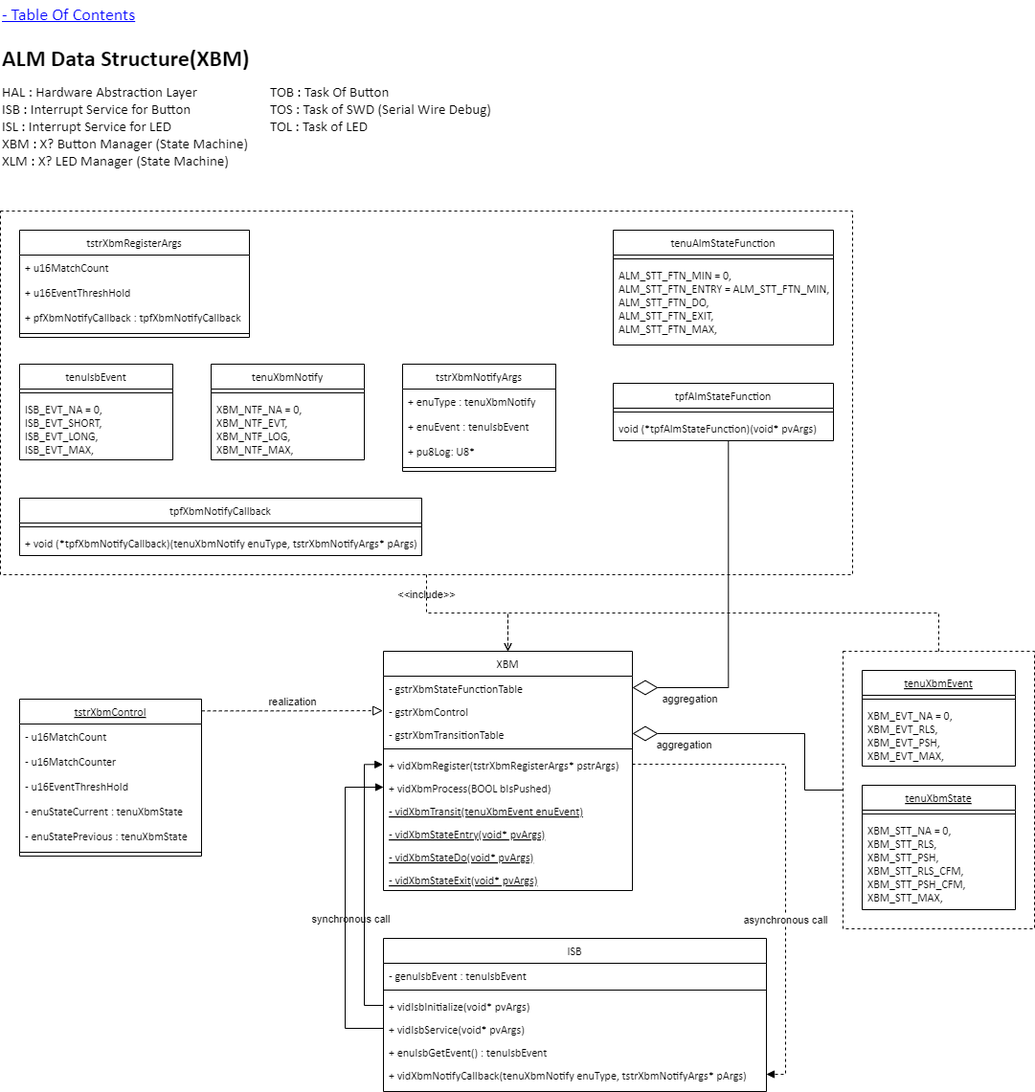
Above: Resources/Part2/Part2_ALM_DataStructure_XBM.drawio.png in gtuja/CSC_MS (draw.io), before the change. Source tidied: cells renumbered, new cells last; positions are measured from the earlier drawing's top-left corner, leaving out a move shared by most shapes.
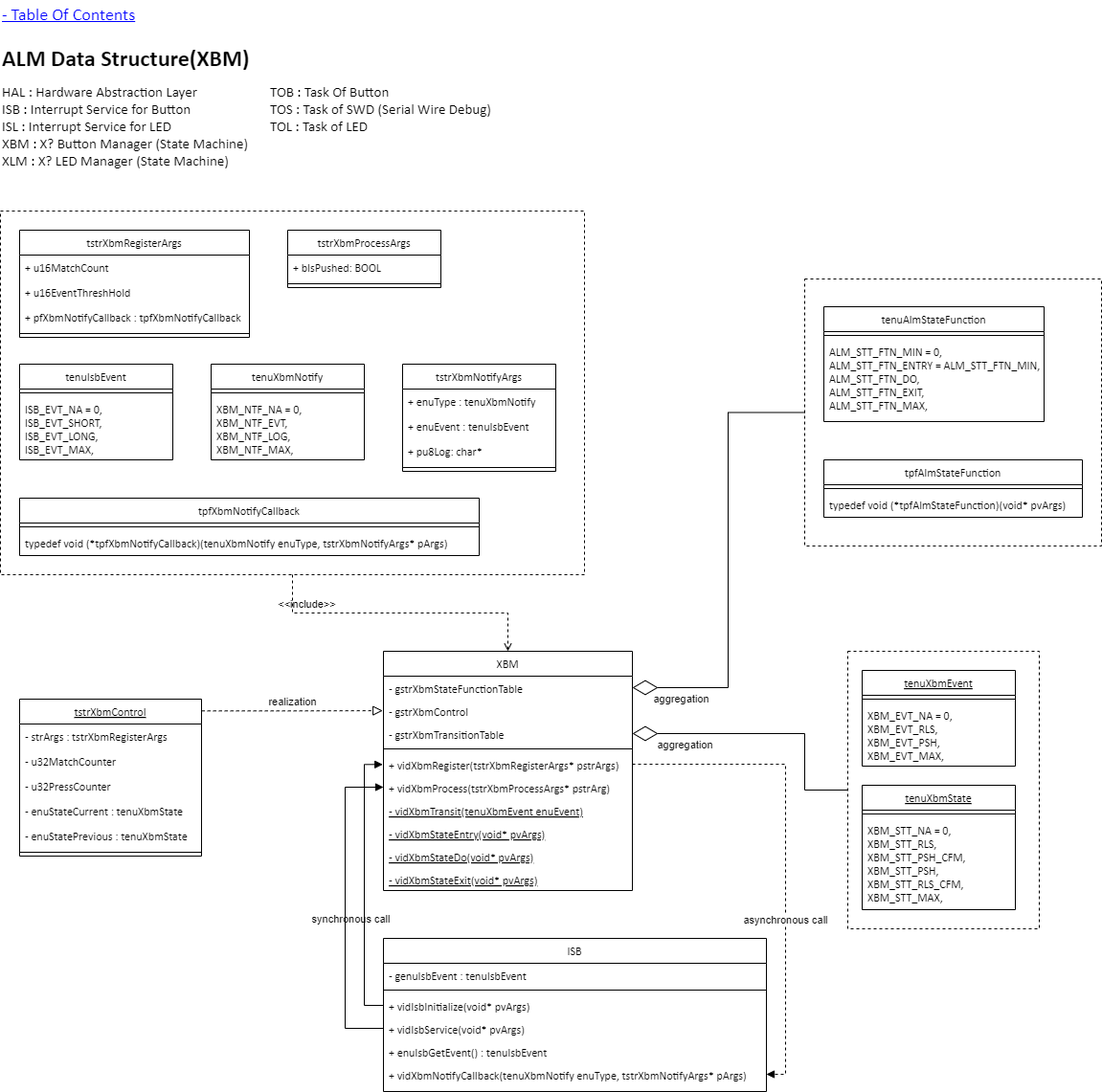
After the change.

Diff of the diagram source:
```diff
@@ -8,7 +8,7 @@
     <mxCell id="3" style="line;html=1;strokeWidth=1;align=left;verticalAlign=middle;spacingTop=-1;spacingLeft=3;spacingRight=3;labelPosition=right;fontFamily=Calibri;" parent="2" vertex="1">
       <mxGeometry y="26" width="160" height="8" as="geometry" />
     </mxCell>
-    <mxCell id="4" value="XBM_STT_NA = 0,&#10;XBM_STT_RLS,&#10;XBM_STT_PSH,&#10;XBM_STT_RLS_CFM,&#10;XBM_STT_PSH_CFM,&#10;XBM_STT_MAX," style="text;align=left;verticalAlign=top;spacingLeft=4;spacingRight=4;overflow=hidden;fontFamily=Calibri;" parent="2" vertex="1">
+    <mxCell id="4" value="XBM_STT_NA = 0,&#10;XBM_STT_RLS,&#10;XBM_STT_PSH_CFM,&#10;XBM_STT_PSH,&#10;XBM_STT_RLS_CFM,&#10;XBM_STT_MAX," style="text;align=left;verticalAlign=top;spacingLeft=4;spacingRight=4;overflow=hidden;fontFamily=Calibri;" parent="2" vertex="1">
       <mxGeometry y="34" width="160" height="96" as="geometry" />
     </mxCell>
     <mxCell id="5" value="&lt;h1 style=&quot;margin-top: 0px;&quot;&gt;ALM Data Structure(XBM)&lt;/h1&gt;" style="text;html=1;whiteSpace=wrap;overflow=hidden;rounded=0;fontFamily=Calibri;" parent="1" vertex="1">
@@ -30,7 +30,7 @@
       <mxGeometry y="34" width="160" height="66" as="geometry" />
     </mxCell>
     <mxCell id="11" value="tenuAlmStateFunction" style="swimlane;fontStyle=0;align=center;verticalAlign=top;horizontal=1;startSize=26;rounded=0;shadow=0;strokeWidth=1;fontFamily=Calibri;" parent="1" vertex="1">
-      <mxGeometry x="640" y="240" width="230" height="120" as="geometry" />
+      <mxGeometry x="860" y="320" width="230" height="120" as="geometry" />
     </mxCell>
     <mxCell id="12" style="line;html=1;strokeWidth=1;align=left;verticalAlign=middle;spacingTop=-1;spacingLeft=3;spacingRight=3;labelPosition=right;fontFamily=Calibri;" parent="11" vertex="1">
       <mxGeometry y="26" width="230" height="8" as="geometry" />
@@ -39,13 +39,13 @@
       <mxGeometry y="34" width="230" height="86" as="geometry" />
     </mxCell>
     <mxCell id="14" value="tpfAlmStateFunction" style="swimlane;fontStyle=0;align=center;verticalAlign=top;horizontal=1;startSize=26;rounded=0;shadow=0;strokeWidth=1;fontFamily=Calibri;" parent="1" vertex="1">
-      <mxGeometry x="640" y="400" width="230" height="60" as="geometry" />
+      <mxGeometry x="860" y="480" width="270" height="60" as="geometry" />
     </mxCell>
     <mxCell id="15" style="line;html=1;strokeWidth=1;align=left;verticalAlign=middle;spacingTop=-1;spacingLeft=3;spacingRight=3;labelPosition=right;fontFamily=Calibri;" parent="14" vertex="1">
-      <mxGeometry y="26" width="230" height="8" as="geometry" />
+      <mxGeometry y="26" width="270" height="8" as="geometry" />
     </mxCell>
-    <mxCell id="16" value="void (*tpfAlmStateFunction)(void* pvArgs)" style="text;align=left;verticalAlign=top;spacingLeft=4;spacingRight=4;overflow=hidden;points=[[0,0.5],[1,0.5]];portConstraint=eastwest;fontFamily=Calibri;" parent="14" vertex="1">
-      <mxGeometry y="34" width="230" height="26" as="geometry" />
+    <mxCell id="16" value="typedef void (*tpfAlmStateFunction)(void* pvArgs)" style="text;align=left;verticalAlign=top;spacingLeft=4;spacingRight=4;overflow=hidden;points=[[0,0.5],[1,0.5]];portConstraint=eastwest;fontFamily=Calibri;" parent="14" vertex="1">
+      <mxGeometry y="34" width="270" height="26" as="geometry" />
     </mxCell>
     <mxCell id="17" value="- Table Of Contents" style="text;html=1;align=left;verticalAlign=middle;whiteSpace=wrap;rounded=0;fontStyle=4;fontFamily=Calibri;fontSize=18;fontColor=#0000FF;" parent="1" vertex="1">
       <mxGeometry width="240" height="30" as="geometry" />
@@ -77,7 +77,7 @@
     <mxCell id="26" value="+ vidXbmRegister(tstrXbmRegisterArgs* pstrArgs)" style="text;align=left;verticalAlign=top;spacingLeft=4;spacingRight=4;overflow=hidden;points=[[0,0.5],[1,0.5]];portConstraint=eastwest;fontFamily=Calibri;fontStyle=0;" parent="21" vertex="1">
       <mxGeometry y="106" width="260" height="24" as="geometry" />
     </mxCell>
-    <mxCell id="27" value="+ vidXbmProcess(BOOL bIsPushed)" style="text;align=left;verticalAlign=top;spacingLeft=4;spacingRight=4;overflow=hidden;points=[[0,0.5],[1,0.5]];portConstraint=eastwest;fontFamily=Calibri;" parent="21" vertex="1">
+    <mxCell id="27" value="+ vidXbmProcess(tstrXbmProcessArgs* pstrArg)" style="text;align=left;verticalAlign=top;spacingLeft=4;spacingRight=4;overflow=hidden;points=[[0,0.5],[1,0.5]];portConstraint=eastwest;fontFamily=Calibri;" parent="21" vertex="1">
       <mxGeometry y="130" width="260" height="24" as="geometry" />
     </mxCell>
     <mxCell id="28" value="- vidXbmTransit(tenuXbmEvent enuEvent)" style="text;align=left;verticalAlign=top;spacingLeft=4;spacingRight=4;overflow=hidden;fontFamily=Calibri;fontStyle=4;" parent="21" vertex="1">
@@ -95,13 +95,13 @@
     <mxCell id="32" value="tstrXbmControl" style="swimlane;fontStyle=4;align=center;verticalAlign=top;horizontal=1;startSize=26;rounded=0;shadow=0;strokeWidth=1;fontFamily=Calibri;" parent="1" vertex="1">
       <mxGeometry x="20" y="730" width="190" height="164" as="geometry" />
     </mxCell>
-    <mxCell id="33" value="- u16MatchCount" style="text;align=left;verticalAlign=top;spacingLeft=4;spacingRight=4;overflow=hidden;fontFamily=Calibri;" parent="32" vertex="1">
+    <mxCell id="33" value="- strArgs : tstrXbmRegisterArgs" style="text;align=left;verticalAlign=top;spacingLeft=4;spacingRight=4;overflow=hidden;fontFamily=Calibri;" parent="32" vertex="1">
       <mxGeometry y="26" width="190" height="26" as="geometry" />
     </mxCell>
-    <mxCell id="34" value="- u16MatchCounter" style="text;align=left;verticalAlign=top;spacingLeft=4;spacingRight=4;overflow=hidden;rounded=0;shadow=0;html=0;fontFamily=Calibri;" parent="32" vertex="1">
+    <mxCell id="34" value="- u32MatchCounter" style="text;align=left;verticalAlign=top;spacingLeft=4;spacingRight=4;overflow=hidden;rounded=0;shadow=0;html=0;fontFamily=Calibri;" parent="32" vertex="1">
       <mxGeometry y="52" width="190" height="26" as="geometry" />
     </mxCell>
-    <mxCell id="35" value="- u16EventThreshHold" style="text;align=left;verticalAlign=top;spacingLeft=4;spacingRight=4;overflow=hidden;rounded=0;shadow=0;html=0;fontFamily=Calibri;" parent="32" vertex="1">
+    <mxCell id="35" value="- u32PressCounter" style="text;align=left;verticalAlign=top;spacingLeft=4;spacingRight=4;overflow=hidden;rounded=0;shadow=0;html=0;fontFamily=Calibri;" parent="32" vertex="1">
       <mxGeometry y="78" width="190" height="26" as="geometry" />
     </mxCell>
     <mxCell id="36" value="- enuStateCurrent : tenuXbmState" style="text;align=left;verticalAlign=top;spacingLeft=4;spacingRight=4;overflow=hidden;rounded=0;shadow=0;html=0;fontFamily=Calibri;" parent="32" vertex="1">
@@ -138,13 +138,13 @@
       <mxGeometry y="34" width="160" height="66" as="geometry" />
     </mxCell>
     <mxCell id="47" value="tpfXbmNotifyCallback" style="swimlane;fontStyle=0;align=center;verticalAlign=top;horizontal=1;startSize=26;rounded=0;shadow=0;strokeWidth=1;fontFamily=Calibri;" parent="1" vertex="1">
-      <mxGeometry x="20" y="520" width="420" height="60" as="geometry" />
+      <mxGeometry x="20" y="520" width="480" height="60" as="geometry" />
     </mxCell>
     <mxCell id="48" style="line;html=1;strokeWidth=1;align=left;verticalAlign=middle;spacingTop=-1;spacingLeft=3;spacingRight=3;labelPosition=right;fontFamily=Calibri;" parent="47" vertex="1">
-      <mxGeometry y="26" width="420" height="8" as="geometry" />
+      <mxGeometry y="26" width="480" height="8" as="geometry" />
     </mxCell>
-    <mxCell id="49" value="+ void (*tpfXbmNotifyCallback)(tenuXbmNotify enuType, tstrXbmNotifyArgs* pArgs)" style="text;align=left;verticalAlign=top;spacingLeft=4;spacingRight=4;overflow=hidden;fontFamily=Calibri;" parent="47" vertex="1">
-      <mxGeometry y="34" width="420" height="26" as="geometry" />
+    <mxCell id="49" value="typedef void (*tpfXbmNotifyCallback)(tenuXbmNotify enuType, tstrXbmNotifyArgs* pArgs)" style="text;align=left;verticalAlign=top;spacingLeft=4;spacingRight=4;overflow=hidden;fontFamily=Calibri;" parent="47" vertex="1">
+      <mxGeometry y="34" width="480" height="26" as="geometry" />
     </mxCell>
     <mxCell id="50" value="tstrXbmNotifyArgs" style="swimlane;fontStyle=0;align=center;verticalAlign=top;horizontal=1;startSize=26;rounded=0;shadow=0;strokeWidth=1;fontFamily=Calibri;" parent="1" vertex="1">
       <mxGeometry x="420" y="380" width="160" height="112" as="geometry" />
@@ -155,7 +155,7 @@
     <mxCell id="52" value="+ enuEvent : tenuIsbEvent" style="text;align=left;verticalAlign=top;spacingLeft=4;spacingRight=4;overflow=hidden;rounded=0;shadow=0;html=0;fontFamily=Calibri;" parent="50" vertex="1">
       <mxGeometry y="52" width="160" height="26" as="geometry" />
     </mxCell>
-    <mxCell id="53" value="+ pu8Log: U8* " style="text;align=left;verticalAlign=top;spacingLeft=4;spacingRight=4;overflow=hidden;rounded=0;shadow=0;html=0;fontFamily=Calibri;" parent="50" vertex="1">
+    <mxCell id="53" value="+ pu8Log: char* " style="text;align=left;verticalAlign=top;spacingLeft=4;spacingRight=4;overflow=hidden;rounded=0;shadow=0;html=0;fontFamily=Calibri;" parent="50" vertex="1">
       <mxGeometry y="78" width="160" height="26" as="geometry" />
     </mxCell>
     <mxCell id="54" style="line;html=1;strokeWidth=1;align=left;verticalAlign=middle;spacingTop=-1;spacingLeft=3;spacingRight=3;labelPosition=right;fontFamily=Calibri;" parent="50" vertex="1">
@@ -209,33 +209,25 @@
     <mxCell id="66" value="realization" style="endArrow=block;startArrow=none;endFill=0;startFill=0;endSize=8;html=1;verticalAlign=bottom;dashed=1;labelBackgroundColor=none;rounded=0;exitX=1.001;exitY=0.075;exitDx=0;exitDy=0;exitPerimeter=0;entryX=-0.003;entryY=0.503;entryDx=0;entryDy=0;edgeStyle=orthogonalEdgeStyle;entryPerimeter=0;" parent="1" edge="1" source="32" target="23">
       <mxGeometry relative="1" as="geometry" />
     </mxCell>
-    <mxCell id="67" value="aggregation" style="endArrow=diamondThin;endFill=0;endSize=24;html=1;rounded=0;entryX=1;entryY=0.5;entryDx=0;entryDy=0;exitX=0.523;exitY=0.997;exitDx=0;exitDy=0;edgeStyle=orthogonalEdgeStyle;exitPerimeter=0;" parent="1" edge="1" source="16" target="22">
-      <mxGeometry x="0.67" y="12" relative="1" as="geometry">
+    <mxCell id="67" value="aggregation" style="endArrow=diamondThin;endFill=0;endSize=24;html=1;rounded=0;entryX=1;entryY=0.5;entryDx=0;entryDy=0;edgeStyle=orthogonalEdgeStyle;exitX=0;exitY=0.5;exitDx=0;exitDy=0;" parent="1" edge="1" target="22">
+      <mxGeometry x="0.79" y="12" relative="1" as="geometry">
+        <mxPoint x="840" y="430.5" as="sourcePoint" />
         <Array as="points">
+          <mxPoint x="760" y="431" />
           <mxPoint x="760" y="718" />
         </Array>
+        <mxPoint x="1" as="offset" />
       </mxGeometry>
     </mxCell>
-    <mxCell id="68" style="rounded=0;whiteSpace=wrap;html=1;fillColor=none;dashed=1;" parent="1" vertex="1">
-      <mxGeometry y="220" width="890" height="380" as="geometry" />
-    </mxCell>
-    <mxCell id="69" value="&amp;lt;&amp;lt;include&amp;gt;&amp;gt;" style="html=1;verticalAlign=bottom;labelBackgroundColor=none;endArrow=open;endFill=0;dashed=1;rounded=0;entryX=0.5;entryY=0;entryDx=0;entryDy=0;edgeStyle=orthogonalEdgeStyle;exitX=0.5;exitY=1;exitDx=0;exitDy=0;" parent="1" edge="1" source="68" target="21">
+    <mxCell id="69" value="&amp;lt;&amp;lt;include&amp;gt;&amp;gt;" style="html=1;verticalAlign=bottom;labelBackgroundColor=none;endArrow=open;endFill=0;dashed=1;rounded=0;entryX=0.5;entryY=0;entryDx=0;entryDy=0;edgeStyle=orthogonalEdgeStyle;exitX=0.5;exitY=1;exitDx=0;exitDy=0;" parent="1" edge="1" target="21">
       <mxGeometry x="-0.64" relative="1" as="geometry">
+        <mxPoint x="305" y="600" as="sourcePoint" />
         <Array as="points">
-          <mxPoint x="445" y="640" />
+          <mxPoint x="305" y="640" />
           <mxPoint x="530" y="640" />
         </Array>
       </mxGeometry>
     </mxCell>
-    <mxCell id="70" style="html=1;verticalAlign=bottom;labelBackgroundColor=none;endArrow=open;endFill=0;dashed=1;rounded=0;edgeStyle=orthogonalEdgeStyle;exitX=0.5;exitY=0;exitDx=0;exitDy=0;entryX=0.5;entryY=0;entryDx=0;entryDy=0;" parent="1" edge="1" target="21">
-      <mxGeometry x="-0.64" relative="1" as="geometry">
-        <mxPoint x="980" y="680" as="sourcePoint" />
-        <Array as="points">
-          <mxPoint x="980" y="640" />
-          <mxPoint x="530" y="640" />
-        </Array>
-      </mxGeometry>
-    </mxCell>
     <mxCell id="71" style="html=1;verticalAlign=bottom;labelBackgroundColor=none;endArrow=block;endFill=1;rounded=0;entryX=-0.003;entryY=0.512;entryDx=0;entryDy=0;edgeStyle=orthogonalEdgeStyle;exitX=0;exitY=0.5;exitDx=0;exitDy=0;entryPerimeter=0;" parent="1" edge="1" source="58" target="26">
       <mxGeometry relative="1" as="geometry">
         <Array as="points">
@@ -244,9 +236,8 @@
         </Array>
       </mxGeometry>
     </mxCell>
-    <mxCell id="72" value="aggregation" style="endArrow=diamondThin;endFill=0;endSize=24;html=1;rounded=0;entryX=1;entryY=0.5;entryDx=0;entryDy=0;exitX=0;exitY=0.5;exitDx=0;exitDy=0;edgeStyle=orthogonalEdgeStyle;" parent="1" edge="1" target="24">
+    <mxCell id="72" value="aggregation" style="endArrow=diamondThin;endFill=0;endSize=24;html=1;rounded=0;entryX=1;entryY=0.5;entryDx=0;entryDy=0;exitX=0;exitY=0.5;exitDx=0;exitDy=0;edgeStyle=orthogonalEdgeStyle;" parent="1" edge="1" source="73" target="24">
       <mxGeometry x="0.61" y="12" relative="1" as="geometry">
-        <mxPoint x="880" y="825" as="sourcePoint" />
         <Array as="points">
           <mxPoint x="840" y="825" />
           <mxPoint x="840" y="766" />
@@ -254,7 +245,22 @@
       </mxGeometry>
     </mxCell>
     <mxCell id="73" style="rounded=0;whiteSpace=wrap;html=1;fillColor=none;dashed=1;" parent="1" vertex="1">
-      <mxGeometry x="880" y="680" width="200" height="290" as="geometry" />
+      <mxGeometry x="885" y="680" width="200" height="290" as="geometry" />
     </mxCell>
+    <mxCell id="74" value="tstrXbmProcessArgs" style="swimlane;fontStyle=0;align=center;verticalAlign=top;horizontal=1;startSize=26;rounded=0;shadow=0;strokeWidth=1;fontFamily=Calibri;" parent="1" vertex="1">
+      <mxGeometry x="300" y="240" width="160" height="60" as="geometry" />
+    </mxCell>
+    <mxCell id="75" value="+ bIsPushed: BOOL" style="text;align=left;verticalAlign=top;spacingLeft=4;spacingRight=4;overflow=hidden;fontFamily=Calibri;" parent="74" vertex="1">
+      <mxGeometry y="26" width="160" height="26" as="geometry" />
+    </mxCell>
+    <mxCell id="76" style="line;html=1;strokeWidth=1;align=left;verticalAlign=middle;spacingTop=-1;spacingLeft=3;spacingRight=3;labelPosition=right;fontFamily=Calibri;" parent="74" vertex="1">
+      <mxGeometry y="52" width="160" height="8" as="geometry" />
+    </mxCell>
+    <mxCell id="77" style="rounded=0;whiteSpace=wrap;html=1;fillColor=none;dashed=1;" parent="1" vertex="1">
+      <mxGeometry y="220" width="610" height="380" as="geometry" />
+    </mxCell>
+    <mxCell id="78" style="rounded=0;whiteSpace=wrap;html=1;fillColor=none;dashed=1;" parent="1" vertex="1">
+      <mxGeometry x="840" y="291" width="310" height="279" as="geometry" />
+    </mxCell>
   </root>
 </mxGraphModel>
```
